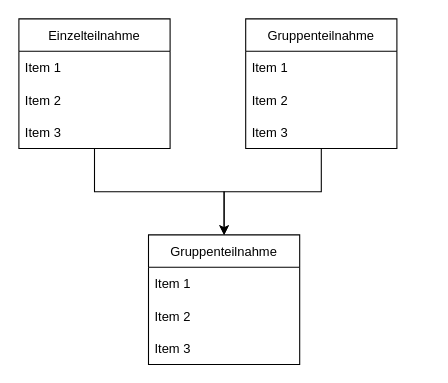
The draw.io diagram Data Struct.drawio in JoTec2002/MyProjekt, before the edit. Source tidied: cells renumbered, new cells numbered last; positions are measured from the earlier drawing's top-left corner, leaving out a move shared by most shapes. Both pictures are drawn from the tidied source at 108%, with x=0, y=0 at pixel (18, 18).
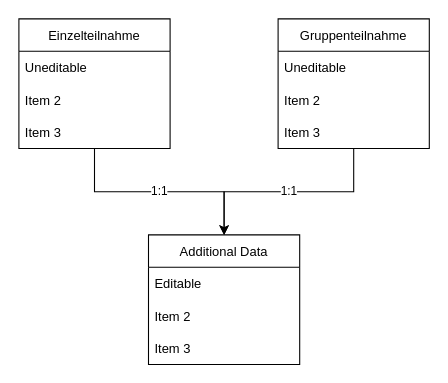
The same diagram, later.

What changed in the source:
```diff
@@
 <mxGraphModel>
   <root>
     <mxCell id="0" />
     <mxCell id="1" parent="0" />
-    <mxCell id="2" style="edgeStyle=orthogonalEdgeStyle;rounded=0;jettySize=auto;html=1;entryX=0.5;entryY=0;entryDx=0;entryDy=0;" parent="1" edge="1" source="3" target="12">
+    <mxCell id="2" value="1:1" style="edgeStyle=orthogonalEdgeStyle;rounded=0;jettySize=auto;html=1;entryX=0.5;entryY=0;entryDx=0;entryDy=0;" parent="1" edge="1" source="3" target="12">
       <mxGeometry relative="1" as="geometry" />
     </mxCell>
     <mxCell id="3" value="Einzelteilnahme" style="swimlane;fontStyle=0;horizontal=1;startSize=30;" parent="1" vertex="1">
       <mxGeometry width="140" height="120" as="geometry" />
     </mxCell>
-    <mxCell id="4" value="Item 1" style="text;strokeColor=none;fillColor=none;align=left;verticalAlign=middle;spacingLeft=4;spacingRight=4;overflow=hidden;" parent="3" vertex="1">
+    <mxCell id="4" value="Uneditable" style="text;strokeColor=none;fillColor=none;align=left;verticalAlign=middle;spacingLeft=4;spacingRight=4;overflow=hidden;" parent="3" vertex="1">
       <mxGeometry y="30" width="140" height="30" as="geometry" />
     </mxCell>
     <mxCell id="5" value="Item 2" style="text;strokeColor=none;fillColor=none;align=left;verticalAlign=middle;spacingLeft=4;spacingRight=4;overflow=hidden;" parent="3" vertex="1">
       <mxGeometry y="60" width="140" height="30" as="geometry" />
     </mxCell>
     <mxCell id="6" value="Item 3" style="text;strokeColor=none;fillColor=none;align=left;verticalAlign=middle;spacingLeft=4;spacingRight=4;overflow=hidden;" parent="3" vertex="1">
       <mxGeometry y="90" width="140" height="30" as="geometry" />
     </mxCell>
-    <mxCell id="7" style="edgeStyle=orthogonalEdgeStyle;rounded=0;jettySize=auto;html=1;entryX=0.5;entryY=0;entryDx=0;entryDy=0;" parent="1" edge="1" source="8" target="12">
+    <mxCell id="7" value="1:1" style="edgeStyle=orthogonalEdgeStyle;rounded=0;jettySize=auto;html=1;entryX=0.5;entryY=0;entryDx=0;entryDy=0;" parent="1" edge="1" source="8" target="12">
       <mxGeometry relative="1" as="geometry" />
     </mxCell>
     <mxCell id="8" value="Gruppenteilnahme" style="swimlane;fontStyle=0;horizontal=1;startSize=30;" parent="1" vertex="1">
-      <mxGeometry x="210" width="140" height="120" as="geometry" />
+      <mxGeometry x="240" width="140" height="120" as="geometry" />
     </mxCell>
-    <mxCell id="9" value="Item 1" style="text;strokeColor=none;fillColor=none;align=left;verticalAlign=middle;spacingLeft=4;spacingRight=4;overflow=hidden;" parent="8" vertex="1">
+    <mxCell id="9" value="Uneditable" style="text;strokeColor=none;fillColor=none;align=left;verticalAlign=middle;spacingLeft=4;spacingRight=4;overflow=hidden;" parent="8" vertex="1">
       <mxGeometry y="30" width="140" height="30" as="geometry" />
     </mxCell>
     <mxCell id="10" value="Item 2" style="text;strokeColor=none;fillColor=none;align=left;verticalAlign=middle;spacingLeft=4;spacingRight=4;overflow=hidden;" parent="8" vertex="1">
       <mxGeometry y="60" width="140" height="30" as="geometry" />
     </mxCell>
     <mxCell id="11" value="Item 3" style="text;strokeColor=none;fillColor=none;align=left;verticalAlign=middle;spacingLeft=4;spacingRight=4;overflow=hidden;" parent="8" vertex="1">
       <mxGeometry y="90" width="140" height="30" as="geometry" />
     </mxCell>
-    <mxCell id="12" value="Gruppenteilnahme" style="swimlane;fontStyle=0;horizontal=1;startSize=30;" parent="1" vertex="1">
+    <mxCell id="12" value="Additional Data" style="swimlane;fontStyle=0;horizontal=1;startSize=30;" parent="1" vertex="1">
       <mxGeometry x="120" y="200" width="140" height="120" as="geometry" />
     </mxCell>
-    <mxCell id="13" value="Item 1" style="text;strokeColor=none;fillColor=none;align=left;verticalAlign=middle;spacingLeft=4;spacingRight=4;overflow=hidden;" parent="12" vertex="1">
+    <mxCell id="13" value="Editable" style="text;strokeColor=none;fillColor=none;align=left;verticalAlign=middle;spacingLeft=4;spacingRight=4;overflow=hidden;" parent="12" vertex="1">
       <mxGeometry y="30" width="140" height="30" as="geometry" />
     </mxCell>
     <mxCell id="14" value="Item 2" style="text;strokeColor=none;fillColor=none;align=left;verticalAlign=middle;spacingLeft=4;spacingRight=4;overflow=hidden;" parent="12" vertex="1">
       <mxGeometry y="60" width="140" height="30" as="geometry" />
     </mxCell>
     <mxCell id="15" value="Item 3" style="text;strokeColor=none;fillColor=none;align=left;verticalAlign=middle;spacingLeft=4;spacingRight=4;overflow=hidden;" parent="12" vertex="1">
       <mxGeometry y="90" width="140" height="30" as="geometry" />
     </mxCell>
   </root>
 </mxGraphModel>
```
